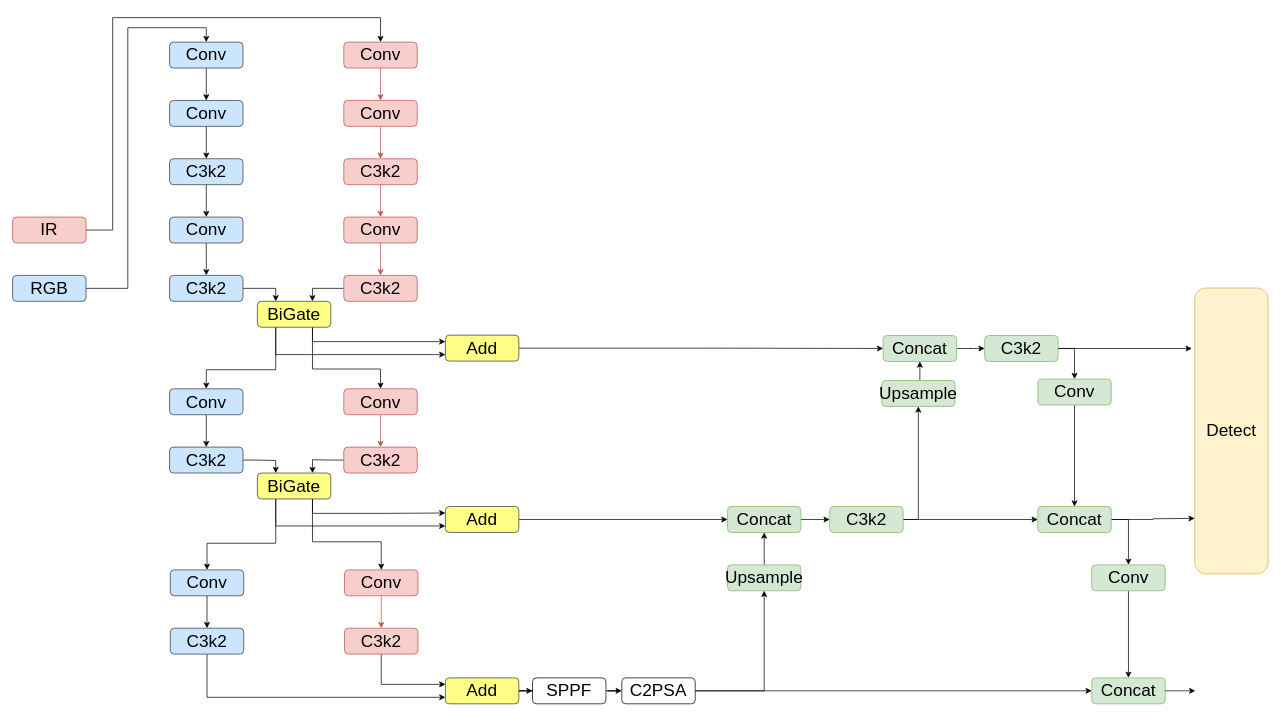
Earlier version of the draw.io diagram BidirectionalGate.drawio (COSMOSHH/drawio-github). Source tidied: cells renumbered, new cells numbered last; positions are measured from the earlier drawing's top-left corner, leaving out a move shared by most shapes. Both pictures are drawn from the tidied source at 72%, with x=0, y=0 at pixel (12, 17).
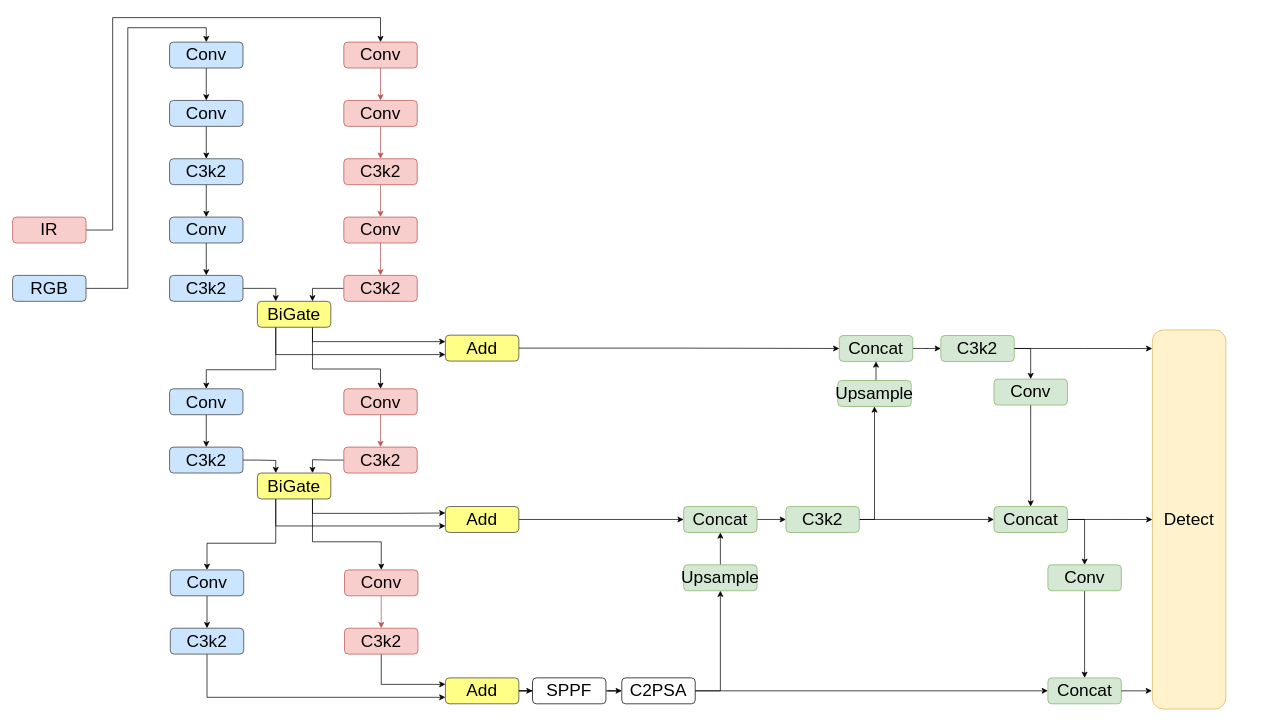
The same diagram, later.

The edit, as a diff of the source:
```diff
@@
     <mxCell id="9" value="&lt;span style=&quot;font-size: 24px;&quot;&gt;Concat&lt;/span&gt;" style="rounded=1;whiteSpace=wrap;html=1;fillColor=#d5e8d4;strokeColor=#82b366;" parent="1" vertex="1">
-      <mxGeometry x="1209.1" y="441.5" width="102" height="36" as="geometry" />
+      <mxGeometry x="1148.2" y="441.5" width="102" height="36" as="geometry" />
     </mxCell>
@@
     <mxCell id="11" value="&lt;span style=&quot;font-size: 24px;&quot;&gt;C3k2&lt;/span&gt;" style="rounded=1;whiteSpace=wrap;html=1;fillColor=#d5e8d4;strokeColor=#82b366;" parent="1" vertex="1">
-      <mxGeometry x="1350.1" y="441.5" width="102" height="36" as="geometry" />
+      <mxGeometry x="1289.2" y="441.5" width="102" height="36" as="geometry" />
     </mxCell>
@@
     <mxCell id="13" value="&lt;span style=&quot;font-size: 24px;&quot;&gt;Concat&lt;/span&gt;" style="rounded=1;whiteSpace=wrap;html=1;fillColor=#d5e8d4;strokeColor=#82b366;" parent="1" vertex="1">
-      <mxGeometry x="992.9" y="679" width="102" height="36" as="geometry" />
+      <mxGeometry x="932" y="679" width="102" height="36" as="geometry" />
     </mxCell>
@@
     <mxCell id="16" value="&lt;span style=&quot;font-size: 24px;&quot;&gt;C3k2&lt;/span&gt;" style="rounded=1;whiteSpace=wrap;html=1;fillColor=#d5e8d4;strokeColor=#82b366;" parent="1" vertex="1">
-      <mxGeometry x="1134.9" y="679" width="102" height="36" as="geometry" />
+      <mxGeometry x="1074" y="679" width="102" height="36" as="geometry" />
     </mxCell>
@@
     <mxCell id="18" value="&lt;span style=&quot;font-family: Calibri;&quot;&gt;&lt;font style=&quot;font-size: 24px;&quot;&gt;Upsample&lt;/font&gt;&lt;/span&gt;" style="rounded=1;whiteSpace=wrap;html=1;fillColor=#d5e8d4;strokeColor=#82b366;" parent="1" vertex="1">
-      <mxGeometry x="992.9" y="760" width="102" height="36" as="geometry" />
+      <mxGeometry x="932" y="760" width="102" height="36" as="geometry" />
     </mxCell>
@@
     <mxCell id="25" value="&lt;span style=&quot;font-family: Calibri;&quot;&gt;&lt;font style=&quot;font-size: 24px;&quot;&gt;Upsample&lt;/font&gt;&lt;/span&gt;" style="rounded=1;whiteSpace=wrap;html=1;fillColor=#d5e8d4;strokeColor=#82b366;" parent="1" vertex="1">
-      <mxGeometry x="1207" y="504" width="102" height="36" as="geometry" />
+      <mxGeometry x="1146.1" y="504" width="102" height="36" as="geometry" />
     </mxCell>
@@
     <mxCell id="27" value="&lt;span style=&quot;font-size: 24px;&quot;&gt;Conv&lt;/span&gt;" style="rounded=1;whiteSpace=wrap;html=1;fillColor=#d5e8d4;strokeColor=#82b366;" parent="1" vertex="1">
-      <mxGeometry x="1423.9" y="502" width="102" height="36" as="geometry" />
+      <mxGeometry x="1363" y="502" width="102" height="36" as="geometry" />
     </mxCell>
@@
-    <mxCell id="29" style="edgeStyle=orthogonalEdgeStyle;rounded=0;jettySize=auto;html=1;exitX=1;exitY=0.5;exitDx=0;exitDy=0;entryX=0;entryY=0.5;entryDx=0;entryDy=0;" parent="1" edge="1" source="30">
-      <mxGeometry relative="1" as="geometry">
-        <mxPoint x="1641.8" y="695.5" as="targetPoint" />
-      </mxGeometry>
-    </mxCell>
+    <mxCell id="87" style="edgeStyle=orthogonalEdgeStyle;rounded=0;jettySize=auto;html=1;exitX=1;exitY=0.5;exitDx=0;exitDy=0;entryX=0;entryY=0.5;entryDx=0;entryDy=0;" parent="1" edge="1" source="30" target="34">
+      <mxGeometry relative="1" as="geometry" />
+    </mxCell>
     <mxCell id="30" value="&lt;span style=&quot;font-size: 24px;&quot;&gt;Concat&lt;/span&gt;" style="rounded=1;whiteSpace=wrap;html=1;fillColor=#d5e8d4;strokeColor=#82b366;" parent="1" vertex="1">
-      <mxGeometry x="1423.9" y="679" width="102" height="36" as="geometry" />
+      <mxGeometry x="1363" y="679" width="102" height="36" as="geometry" />
     </mxCell>
@@
     <mxCell id="32" value="&lt;span style=&quot;font-size: 24px;&quot;&gt;Conv&lt;/span&gt;" style="rounded=1;whiteSpace=wrap;html=1;fillColor=#d5e8d4;strokeColor=#82b366;" parent="1" vertex="1">
-      <mxGeometry x="1498.8" y="760" width="102" height="36" as="geometry" />
+      <mxGeometry x="1437.9" y="760" width="102" height="36" as="geometry" />
     </mxCell>
     <mxCell id="33" value="&lt;span style=&quot;font-size: 24px;&quot;&gt;Concat&lt;/span&gt;" style="rounded=1;whiteSpace=wrap;html=1;fillColor=#d5e8d4;strokeColor=#82b366;" parent="1" vertex="1">
-      <mxGeometry x="1498.8" y="917" width="102" height="36" as="geometry" />
+      <mxGeometry x="1437.9" y="917" width="102" height="36" as="geometry" />
     </mxCell>
     <mxCell id="34" value="&lt;span style=&quot;font-size: 24px;&quot;&gt;Detect&lt;/span&gt;" style="rounded=1;whiteSpace=wrap;html=1;fillColor=#fff2cc;strokeColor=#d6b656;" parent="1" vertex="1">
-      <mxGeometry x="1641.8" y="375.5" width="102" height="397" as="geometry" />
+      <mxGeometry x="1583" y="433.8" width="102" height="526.5" as="geometry" />
     </mxCell>
@@
-    <mxCell id="75" style="edgeStyle=orthogonalEdgeStyle;rounded=0;jettySize=auto;html=1;exitX=1;exitY=0.5;exitDx=0;exitDy=0;entryX=-0.001;entryY=0.092;entryDx=0;entryDy=0;entryPerimeter=0;" parent="1" edge="1" source="11">
-      <mxGeometry relative="1" as="geometry">
-        <mxPoint x="1637.8" y="459.5" as="targetPoint" />
-      </mxGeometry>
-    </mxCell>
-    <mxCell id="76" style="edgeStyle=orthogonalEdgeStyle;rounded=0;jettySize=auto;html=1;exitX=1;exitY=0.5;exitDx=0;exitDy=0;entryX=0.008;entryY=0.908;entryDx=0;entryDy=0;entryPerimeter=0;" parent="1" edge="1" source="33">
-      <mxGeometry relative="1" as="geometry">
-        <mxPoint x="1642.6" y="935" as="targetPoint" />
-      </mxGeometry>
-    </mxCell>
@@
+    <mxCell id="88" style="edgeStyle=orthogonalEdgeStyle;rounded=0;jettySize=auto;html=1;exitX=1;exitY=0.5;exitDx=0;exitDy=0;entryX=-0.002;entryY=0.049;entryDx=0;entryDy=0;entryPerimeter=0;" parent="1" edge="1" source="11" target="34">
+      <mxGeometry relative="1" as="geometry" />
+    </mxCell>
+    <mxCell id="89" style="edgeStyle=orthogonalEdgeStyle;rounded=0;jettySize=auto;html=1;exitX=1;exitY=0.5;exitDx=0;exitDy=0;entryX=-0.006;entryY=0.952;entryDx=0;entryDy=0;entryPerimeter=0;" parent="1" edge="1" source="33" target="34">
+      <mxGeometry relative="1" as="geometry" />
+    </mxCell>
```
